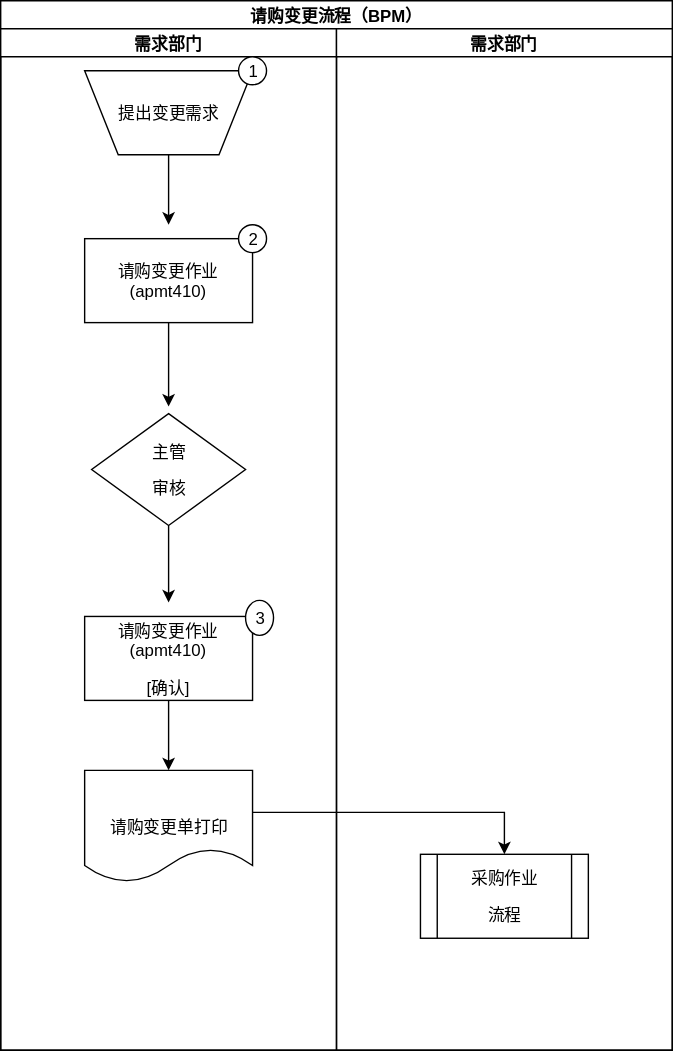
Above: ver01/APM008.svg in ft2017/sop (draw.io), before the change. Source tidied: cells renumbered, new cells last; positions are measured from the earlier drawing's top-left corner, leaving out a move shared by most shapes. Source of this version:
```xml
<mxGraphModel background="#ffffff">
  <root>
    <mxCell id="0" />
    <mxCell id="1" parent="0" />
    <mxCell id="2" value="&lt;a name=&quot;_GoBack&quot;&gt;&lt;b&gt;&lt;span&gt;请购变更流程&lt;/span&gt;&lt;/b&gt;&lt;/a&gt;&lt;b&gt;&lt;span&gt;（&lt;span lang=&quot;EN-US&quot;&gt;BPM&lt;/span&gt;）&lt;/span&gt;&lt;/b&gt;" style="swimlane;html=1;startSize=20;" parent="1" vertex="1">
      <mxGeometry width="480" height="750" as="geometry" />
    </mxCell>
    <mxCell id="3" value="&lt;b&gt;&lt;span&gt;需求部门&lt;/span&gt;&lt;/b&gt;" style="swimlane;html=1;startSize=20;" parent="2" vertex="1">
      <mxGeometry y="20" width="240" height="730" as="geometry" />
    </mxCell>
    <mxCell id="4" value="&lt;p align=&quot;center&quot;&gt;&lt;span&gt;提出变更需求&lt;/span&gt;&lt;/p&gt;" style="shape=trapezoid;whiteSpace=wrap;html=1;flipV=1;" parent="3" vertex="1">
      <mxGeometry x="60" y="30" width="120" height="60" as="geometry" />
    </mxCell>
    <mxCell id="5" value="&lt;p align=&quot;center&quot;&gt;&lt;span&gt;请购变更作业&lt;/span&gt;&lt;span lang=&quot;EN-US&quot;&gt;(apmt410)&lt;/span&gt;&lt;/p&gt;" style="whiteSpace=wrap;html=1;" parent="3" vertex="1">
      <mxGeometry x="60" y="150" width="120" height="60" as="geometry" />
    </mxCell>
    <mxCell id="6" value="&lt;p align=&quot;center&quot;&gt;&lt;span&gt;主管&lt;/span&gt;&lt;/p&gt;&lt;p align=&quot;center&quot;&gt;&lt;span&gt;审核&lt;/span&gt;&lt;/p&gt;" style="rhombus;whiteSpace=wrap;html=1;" parent="3" vertex="1">
      <mxGeometry x="65" y="275" width="110" height="80" as="geometry" />
    </mxCell>
    <mxCell id="7" value="&lt;p align=&quot;center&quot;&gt;&lt;span&gt;请购变更作业&lt;/span&gt;&lt;span lang=&quot;EN-US&quot;&gt;(apmt410)&lt;/span&gt;&lt;/p&gt;&lt;p align=&quot;center&quot;&gt;&lt;span lang=&quot;EN-US&quot;&gt;[&lt;/span&gt;&lt;span&gt;确认&lt;/span&gt;&lt;span lang=&quot;EN-US&quot;&gt;]&lt;/span&gt;&lt;/p&gt;" style="whiteSpace=wrap;html=1;" parent="3" vertex="1">
      <mxGeometry x="60" y="420" width="120" height="60" as="geometry" />
    </mxCell>
    <mxCell id="8" value="&lt;p align=&quot;center&quot;&gt;&lt;span&gt;请购变更单打印&lt;/span&gt;&lt;/p&gt;" style="shape=document;whiteSpace=wrap;html=1;" parent="3" vertex="1">
      <mxGeometry x="60" y="530" width="120" height="80" as="geometry" />
    </mxCell>
    <mxCell id="9" value="1" style="ellipse;whiteSpace=wrap;html=1;" parent="3" vertex="1">
      <mxGeometry x="170" y="20" width="20" height="20" as="geometry" />
    </mxCell>
    <mxCell id="10" value="2" style="ellipse;whiteSpace=wrap;html=1;" parent="3" vertex="1">
      <mxGeometry x="170" y="140" width="20" height="20" as="geometry" />
    </mxCell>
    <mxCell id="11" value="3" style="ellipse;whiteSpace=wrap;html=1;" parent="3" vertex="1">
      <mxGeometry x="175" y="408" width="20" height="25" as="geometry" />
    </mxCell>
    <mxCell id="12" value="&lt;b&gt;&lt;span&gt;需求部门&lt;/span&gt;&lt;/b&gt;" style="swimlane;html=1;startSize=20;" parent="2" vertex="1">
      <mxGeometry x="240" y="20" width="240" height="730" as="geometry" />
    </mxCell>
    <mxCell id="13" value="&lt;p align=&quot;center&quot;&gt;&lt;span&gt;采购作业&lt;/span&gt;&lt;/p&gt;&lt;p align=&quot;center&quot;&gt;&lt;span&gt;流程&lt;/span&gt;&lt;/p&gt;" style="shape=process;whiteSpace=wrap;html=1;" parent="12" vertex="1">
      <mxGeometry x="60" y="590" width="120" height="60" as="geometry" />
    </mxCell>
    <mxCell id="14" style="edgeStyle=orthogonalEdgeStyle;rounded=0;html=1;jettySize=auto;" parent="2" edge="1" target="13">
      <mxGeometry relative="1" as="geometry">
        <mxPoint x="180" y="580" as="sourcePoint" />
        <Array as="points">
          <mxPoint x="360" y="580" />
        </Array>
      </mxGeometry>
    </mxCell>
    <mxCell id="15" style="edgeStyle=orthogonalEdgeStyle;rounded=0;html=1;jettySize=auto;" parent="1" edge="1" source="4">
      <mxGeometry relative="1" as="geometry">
        <mxPoint x="120" y="160" as="targetPoint" />
      </mxGeometry>
    </mxCell>
    <mxCell id="16" style="edgeStyle=orthogonalEdgeStyle;rounded=0;html=1;jettySize=auto;" parent="1" edge="1" source="5">
      <mxGeometry relative="1" as="geometry">
        <mxPoint x="120" y="290" as="targetPoint" />
      </mxGeometry>
    </mxCell>
    <mxCell id="17" style="edgeStyle=orthogonalEdgeStyle;rounded=0;html=1;jettySize=auto;" parent="1" edge="1" source="6">
      <mxGeometry relative="1" as="geometry">
        <mxPoint x="120" y="430" as="targetPoint" />
      </mxGeometry>
    </mxCell>
    <mxCell id="18" style="edgeStyle=orthogonalEdgeStyle;rounded=0;html=1;exitX=0.5;exitY=1;jettySize=auto;" parent="1" edge="1" source="7">
      <mxGeometry relative="1" as="geometry">
        <mxPoint x="120" y="550" as="targetPoint" />
      </mxGeometry>
    </mxCell>
  </root>
</mxGraphModel>
```
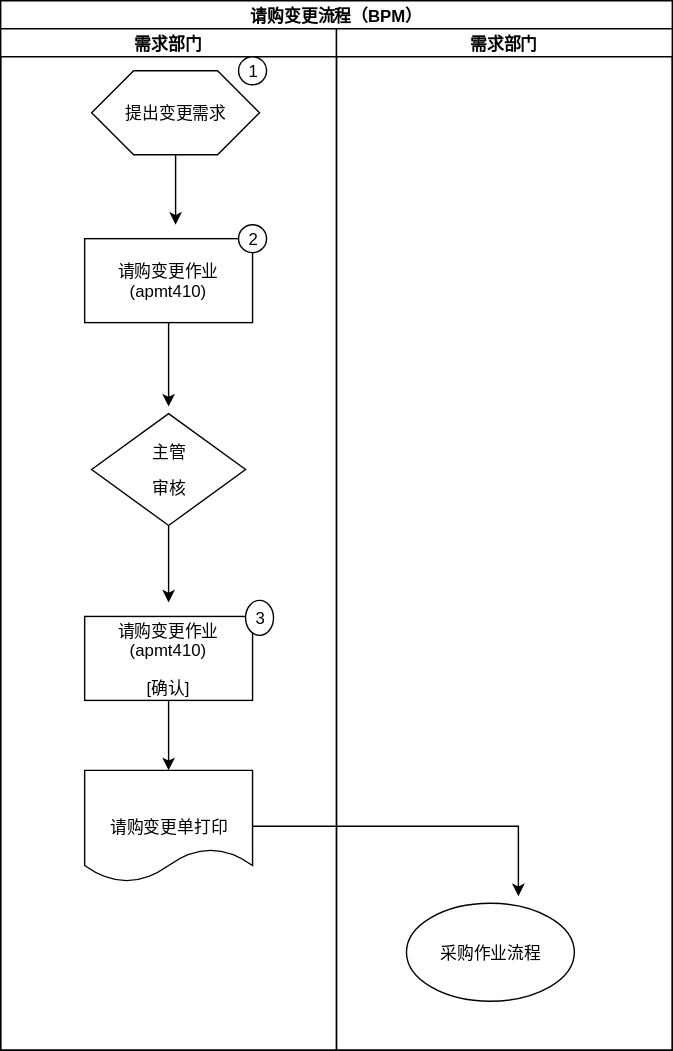
After the change.

What changed in the source:
```diff
@@ -8,9 +8,6 @@
     <mxCell id="3" value="&lt;b&gt;&lt;span&gt;需求部门&lt;/span&gt;&lt;/b&gt;" style="swimlane;html=1;startSize=20;" parent="2" vertex="1">
       <mxGeometry y="20" width="240" height="730" as="geometry" />
     </mxCell>
-    <mxCell id="4" value="&lt;p align=&quot;center&quot;&gt;&lt;span&gt;提出变更需求&lt;/span&gt;&lt;/p&gt;" style="shape=trapezoid;whiteSpace=wrap;html=1;flipV=1;" parent="3" vertex="1">
-      <mxGeometry x="60" y="30" width="120" height="60" as="geometry" />
-    </mxCell>
     <mxCell id="5" value="&lt;p align=&quot;center&quot;&gt;&lt;span&gt;请购变更作业&lt;/span&gt;&lt;span lang=&quot;EN-US&quot;&gt;(apmt410)&lt;/span&gt;&lt;/p&gt;" style="whiteSpace=wrap;html=1;" parent="3" vertex="1">
       <mxGeometry x="60" y="150" width="120" height="60" as="geometry" />
     </mxCell>
@@ -32,25 +29,18 @@
     <mxCell id="11" value="3" style="ellipse;whiteSpace=wrap;html=1;" parent="3" vertex="1">
       <mxGeometry x="175" y="408" width="20" height="25" as="geometry" />
     </mxCell>
+    <mxCell id="4" value="&lt;span&gt;提出变更需求&lt;/span&gt;" style="shape=hexagon;perimeter=hexagonPerimeter;whiteSpace=wrap;html=1;" parent="3" vertex="1">
+      <mxGeometry x="65" y="30" width="120" height="60" as="geometry" />
+    </mxCell>
     <mxCell id="12" value="&lt;b&gt;&lt;span&gt;需求部门&lt;/span&gt;&lt;/b&gt;" style="swimlane;html=1;startSize=20;" parent="2" vertex="1">
       <mxGeometry x="240" y="20" width="240" height="730" as="geometry" />
     </mxCell>
-    <mxCell id="13" value="&lt;p align=&quot;center&quot;&gt;&lt;span&gt;采购作业&lt;/span&gt;&lt;/p&gt;&lt;p align=&quot;center&quot;&gt;&lt;span&gt;流程&lt;/span&gt;&lt;/p&gt;" style="shape=process;whiteSpace=wrap;html=1;" parent="12" vertex="1">
-      <mxGeometry x="60" y="590" width="120" height="60" as="geometry" />
+    <mxCell id="13" value="&lt;p align=&quot;center&quot;&gt;采购作业&lt;span&gt;流程&lt;/span&gt;&lt;/p&gt;" style="ellipse;whiteSpace=wrap;html=1;" parent="12" vertex="1">
+      <mxGeometry x="50" y="625" width="120" height="70" as="geometry" />
     </mxCell>
-    <mxCell id="14" style="edgeStyle=orthogonalEdgeStyle;rounded=0;html=1;jettySize=auto;" parent="2" edge="1" target="13">
-      <mxGeometry relative="1" as="geometry">
-        <mxPoint x="180" y="580" as="sourcePoint" />
-        <Array as="points">
-          <mxPoint x="360" y="580" />
-        </Array>
-      </mxGeometry>
-    </mxCell>
-    <mxCell id="15" style="edgeStyle=orthogonalEdgeStyle;rounded=0;html=1;jettySize=auto;" parent="1" edge="1" source="4">
-      <mxGeometry relative="1" as="geometry">
-        <mxPoint x="120" y="160" as="targetPoint" />
-      </mxGeometry>
-    </mxCell>
+    <mxCell id="19" style="edgeStyle=orthogonalEdgeStyle;rounded=0;html=1;exitX=0.5;exitY=1;jettySize=auto;orthogonalLoop=1;" parent="12" edge="1" source="13" target="13">
+      <mxGeometry relative="1" as="geometry" />
+    </mxCell>
     <mxCell id="16" style="edgeStyle=orthogonalEdgeStyle;rounded=0;html=1;jettySize=auto;" parent="1" edge="1" source="5">
       <mxGeometry relative="1" as="geometry">
         <mxPoint x="120" y="290" as="targetPoint" />
@@ -66,5 +56,15 @@
         <mxPoint x="120" y="550" as="targetPoint" />
       </mxGeometry>
     </mxCell>
+    <mxCell id="20" style="edgeStyle=orthogonalEdgeStyle;rounded=0;html=1;exitX=0.5;exitY=1;jettySize=auto;" parent="1" edge="1" source="4">
+      <mxGeometry relative="1" as="geometry">
+        <mxPoint x="125" y="160" as="targetPoint" />
+      </mxGeometry>
+    </mxCell>
+    <mxCell id="21" style="edgeStyle=orthogonalEdgeStyle;rounded=0;html=1;jettySize=auto;" parent="1" edge="1" source="8">
+      <mxGeometry relative="1" as="geometry">
+        <mxPoint x="370" y="640" as="targetPoint" />
+      </mxGeometry>
+    </mxCell>
   </root>
 </mxGraphModel>
```
